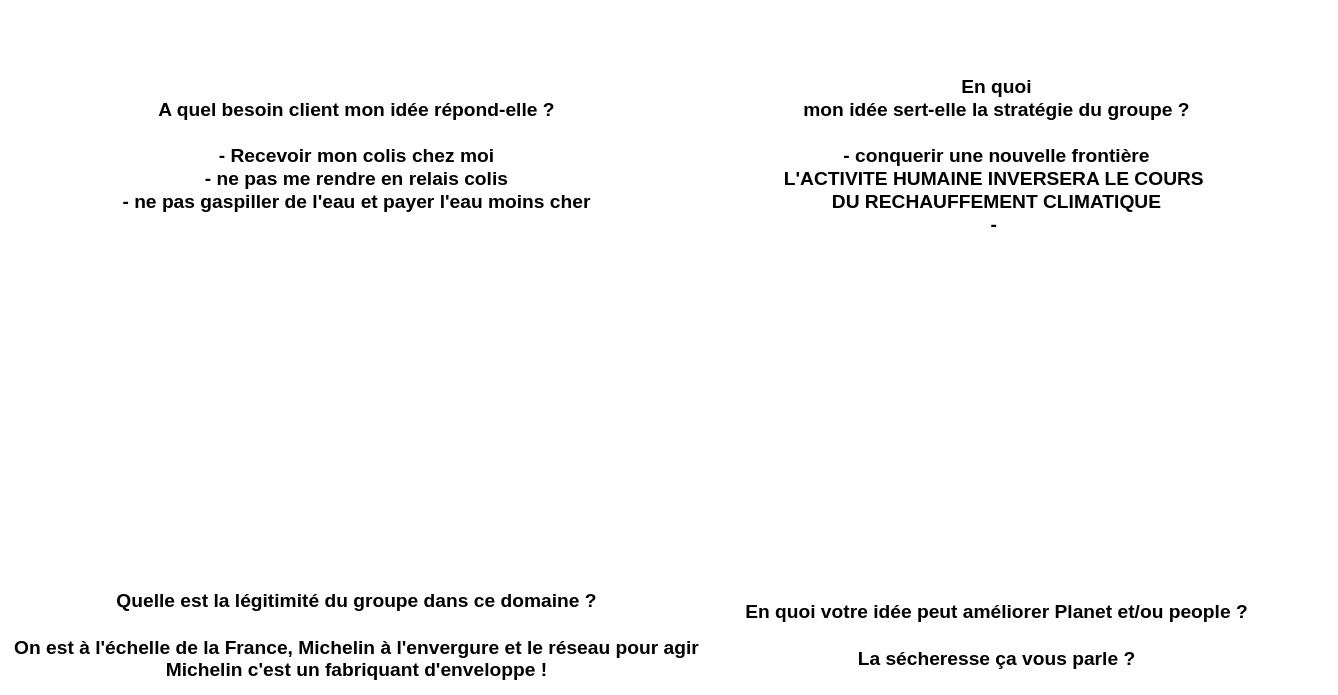
The draw.io diagram econome.drawio in EmilienMottet/prez-green-deliveries, before the edit. Source tidied: cells renumbered, new cells numbered last; positions are measured from the earlier drawing's top-left corner, leaving out a move shared by most shapes. Both pictures are drawn from the tidied source at 80%, with x=0, y=0 at pixel (316, 139).
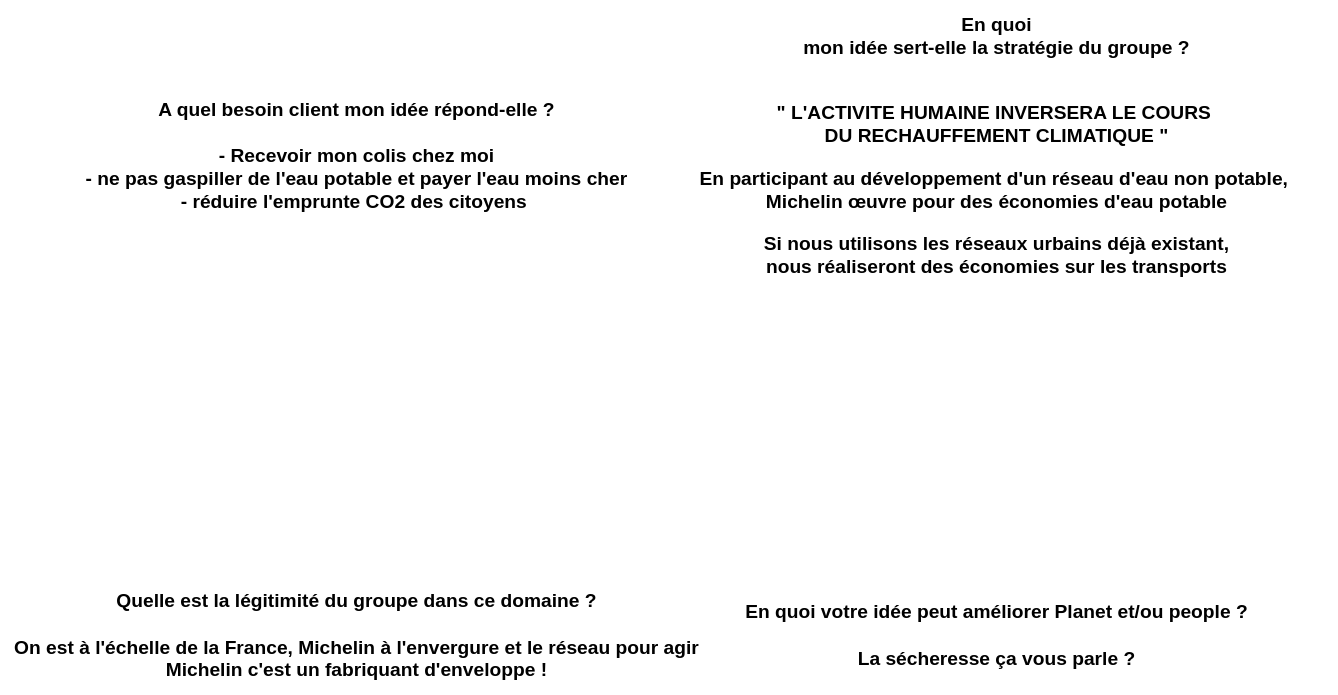
The same page after the edit.

Change to the diagram source:
```diff
@@
 <mxGraphModel>
   <root>
     <mxCell id="0" />
     <mxCell id="1" parent="0" />
-    <mxCell id="2" value="A quel besoin client mon idée répond-elle ?&lt;br&gt;&lt;br&gt;-&amp;nbsp;Recevoir mon colis chez moi &lt;br&gt;- ne pas me rendre en relais colis&lt;br&gt;- ne pas gaspiller de l'eau et payer l'eau moins cher" style="text;strokeColor=none;fillColor=none;html=1;fontSize=24;fontStyle=1;verticalAlign=middle;align=center;" parent="1" vertex="1">
+    <mxCell id="2" value="A quel besoin client mon idée répond-elle ?&lt;br&gt;&lt;br&gt;-&amp;nbsp;Recevoir mon colis chez moi &lt;br&gt;- ne pas gaspiller de l'eau potable et payer l'eau moins cher&lt;br&gt;- réduire l'emprunte CO2 des citoyens&amp;nbsp;" style="text;strokeColor=none;fillColor=none;html=1;fontSize=24;fontStyle=1;verticalAlign=middle;align=center;" parent="1" vertex="1">
       <mxGeometry width="100" height="40" as="geometry" />
     </mxCell>
-    <mxCell id="3" value="&lt;div&gt;En quoi&lt;/div&gt;&lt;div&gt;mon idée sert-elle la stratégie du groupe ?&lt;br&gt;&lt;br&gt;- conquerir une nouvelle frontière&lt;br&gt;L'ACTIVITE HUMAINE INVERSERA LE COURS&amp;nbsp;&lt;/div&gt;&lt;div&gt;DU RECHAUFFEMENT CLIMATIQUE&lt;/div&gt;&lt;div&gt;-&amp;nbsp;&lt;/div&gt;" style="text;strokeColor=none;fillColor=none;html=1;fontSize=24;fontStyle=1;verticalAlign=middle;align=center;" parent="1" vertex="1">
+    <mxCell id="3" value="&lt;div&gt;En quoi&lt;/div&gt;&lt;div&gt;mon idée sert-elle la stratégie du groupe ?&lt;br&gt;&lt;br&gt;&lt;blockquote&gt;&quot; L'ACTIVITE HUMAINE INVERSERA LE COURS&amp;nbsp;&lt;br&gt;DU RECHAUFFEMENT CLIMATIQUE &quot;&lt;/blockquote&gt;&lt;blockquote&gt;En participant au développement d'un réseau d'eau non potable,&amp;nbsp;&lt;br&gt;&lt;span style=&quot;background-color: initial;&quot;&gt;Michelin œuvre pour des économies d'eau potable&lt;/span&gt;&lt;/blockquote&gt;&lt;blockquote&gt;&lt;span style=&quot;background-color: initial;&quot;&gt;Si nous utilisons les réseaux urbains déjà existant,&lt;br&gt;nous réaliseront des économies sur les transports&lt;/span&gt;&lt;/blockquote&gt;&lt;/div&gt;" style="text;strokeColor=none;fillColor=none;html=1;fontSize=24;fontStyle=1;verticalAlign=middle;align=center;" parent="1" vertex="1">
       <mxGeometry x="800" width="100" height="40" as="geometry" />
     </mxCell>
     <mxCell id="4" value="Quelle est la légitimité du groupe dans ce domaine ?&lt;br&gt;&lt;br&gt;On est à l'échelle de la France, Michelin à l'envergure et le réseau pour agir&lt;br&gt;Michelin c'est un fabriquant d'enveloppe !" style="text;strokeColor=none;fillColor=none;html=1;fontSize=24;fontStyle=1;verticalAlign=middle;align=center;" parent="1" vertex="1">
       <mxGeometry y="600" width="100" height="40" as="geometry" />
     </mxCell>
     <mxCell id="5" value="En quoi votre idée peut améliorer Planet et/ou people ?&lt;br&gt;&lt;br&gt;La sécheresse ça vous parle ?" style="text;strokeColor=none;fillColor=none;html=1;fontSize=24;fontStyle=1;verticalAlign=middle;align=center;" parent="1" vertex="1">
       <mxGeometry x="800" y="600" width="100" height="40" as="geometry" />
     </mxCell>
   </root>
 </mxGraphModel>
```
